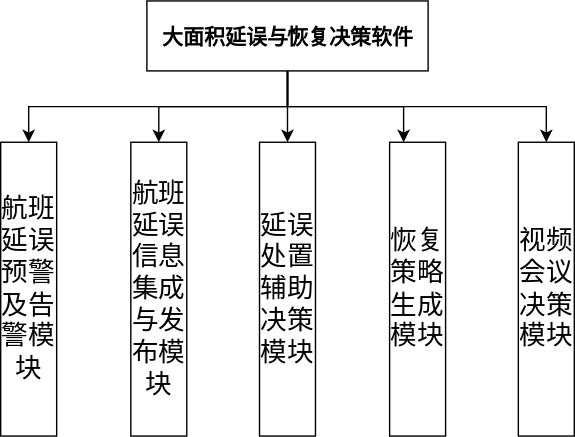
The draw.io diagram 大面积延误与恢复决策软件.drawio.svg in HTMLCSS-XD/draw.io, before a commit. Source tidied: cells renumbered, new cells last; positions are measured from the earlier drawing's top-left corner, leaving out a move shared by most shapes.
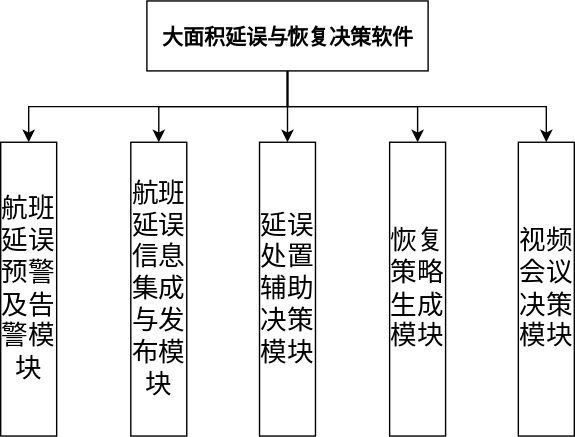
The same diagram one commit later.

Commit message:
更新大面积延误与恢复决策软件.drawio.svg

Diff of the diagram source:
```diff
@@ -11,7 +11,7 @@
     <mxCell id="4" style="edgeStyle=orthogonalEdgeStyle;rounded=0;jettySize=auto;html=1;entryX=0.5;entryY=0;entryDx=0;entryDy=0;" parent="1" edge="1" source="7" target="9">
       <mxGeometry relative="1" as="geometry" />
     </mxCell>
-    <mxCell id="5" style="edgeStyle=orthogonalEdgeStyle;rounded=0;jettySize=auto;html=1;entryX=0.25;entryY=0;entryDx=0;entryDy=0;" parent="1" edge="1" source="7" target="11">
+    <mxCell id="5" style="edgeStyle=orthogonalEdgeStyle;rounded=0;jettySize=auto;html=1;entryX=0.5;entryY=0;entryDx=0;entryDy=0;" parent="1" edge="1" source="7" target="11">
       <mxGeometry relative="1" as="geometry" />
     </mxCell>
     <mxCell id="6" style="edgeStyle=orthogonalEdgeStyle;rounded=0;jettySize=auto;html=1;entryX=0.5;entryY=0;entryDx=0;entryDy=0;exitX=0.5;exitY=1;exitDx=0;exitDy=0;" parent="1" edge="1" source="7" target="12">
```
